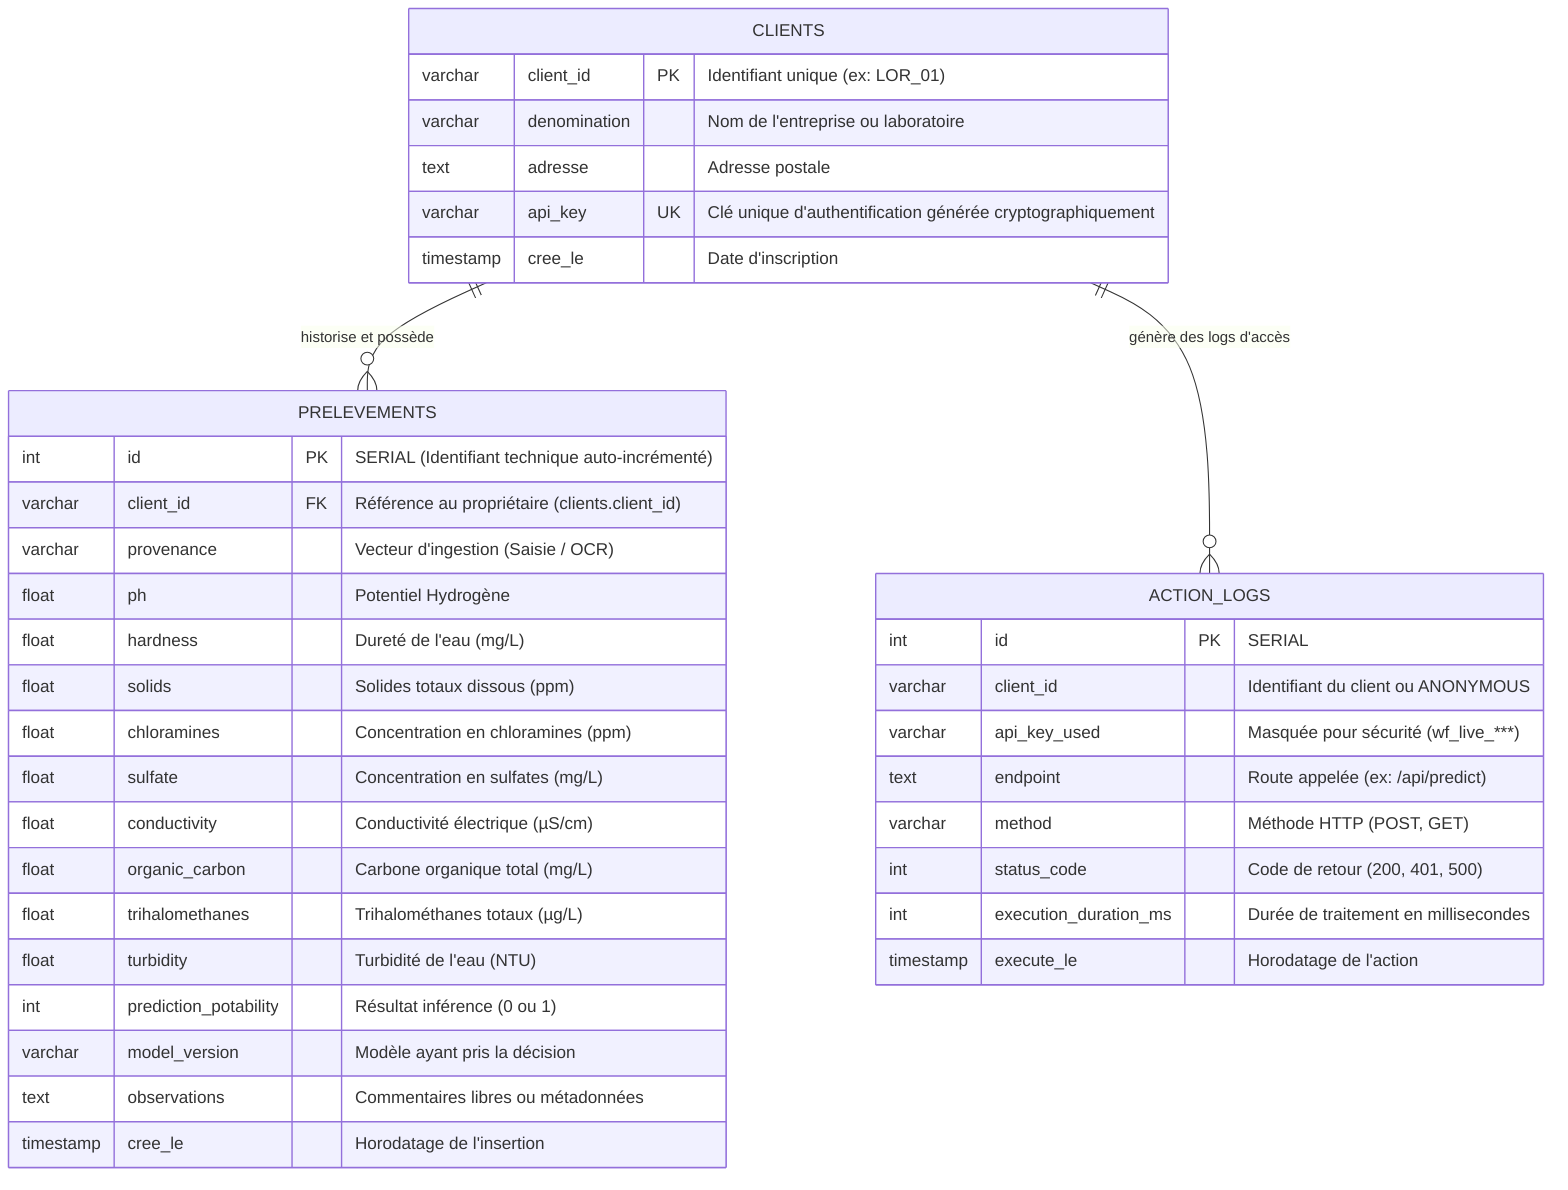
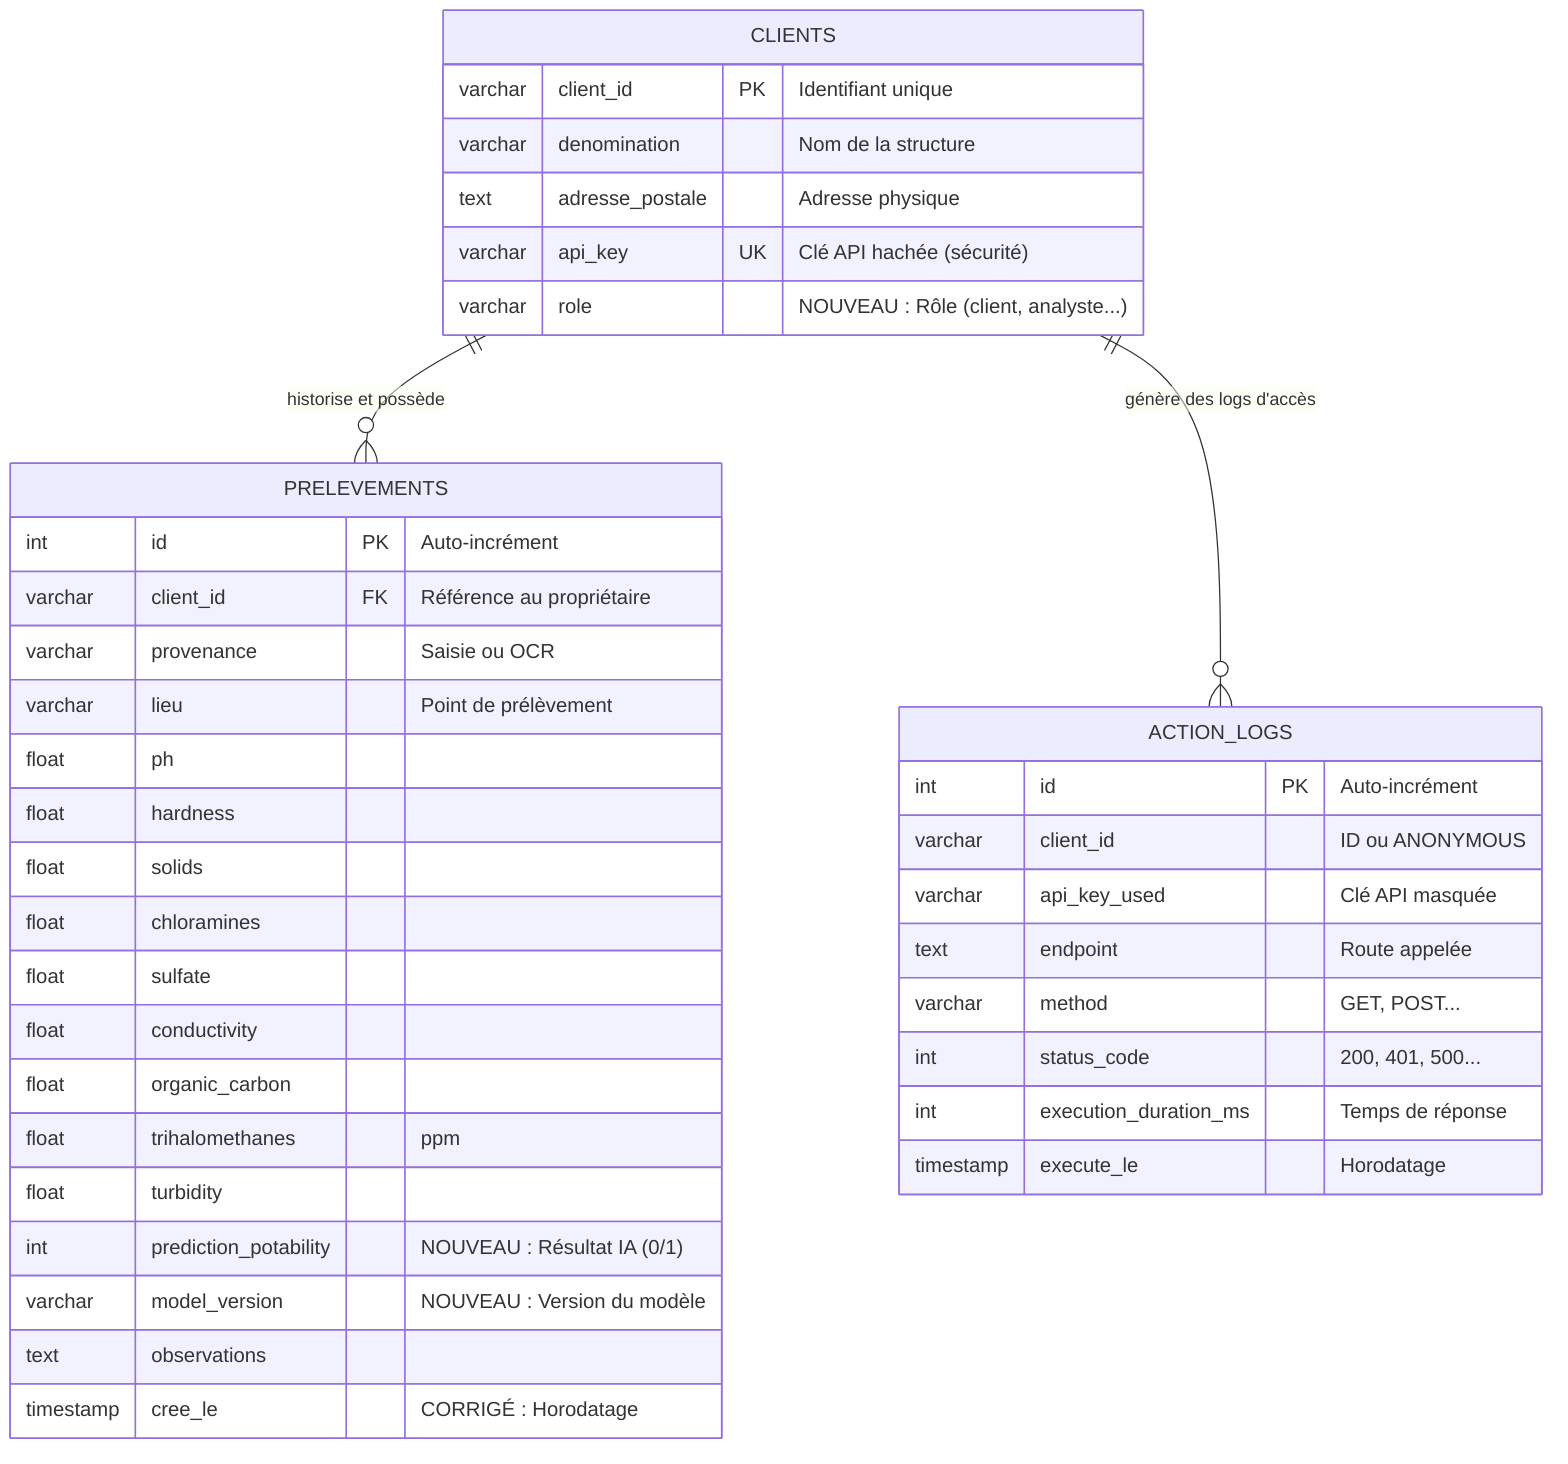
erDiagram
    CLIENTS {
-         varchar client_id PK "Identifiant unique (ex: LOR_01)"
-         varchar denomination "Nom de l'entreprise ou laboratoire"
-         text adresse "Adresse postale"
-         varchar api_key UK "Clé unique d'authentification générée cryptographiquement"
-         timestamp cree_le "Date d'inscription"
+         varchar client_id PK "Identifiant unique"
+         varchar denomination "Nom de la structure"
+         text adresse_postale "Adresse physique"
+         varchar api_key UK "Clé API hachée (sécurité)"
+         varchar role "NOUVEAU : Rôle (client, analyste...)"
    }

    PRELEVEMENTS {
-         int id PK "SERIAL (Identifiant technique auto-incrémenté)"
-         varchar client_id FK "Référence au propriétaire (clients.client_id)"
-         varchar provenance "Vecteur d'ingestion (Saisie / OCR)"
-         float ph "Potentiel Hydrogène"
-         float hardness "Dureté de l'eau (mg/L)"
-         float solids "Solides totaux dissous (ppm)"
-         float chloramines "Concentration en chloramines (ppm)"
-         float sulfate "Concentration en sulfates (mg/L)"
-         float conductivity "Conductivité électrique (µS/cm)"
-         float organic_carbon "Carbone organique total (mg/L)"
-         float trihalomethanes "Trihalométhanes totaux (µg/L)"
-         float turbidity "Turbidité de l'eau (NTU)"
-         int prediction_potability "Résultat inférence (0 ou 1)"
-         varchar model_version "Modèle ayant pris la décision"
-         text observations "Commentaires libres ou métadonnées"
-         timestamp cree_le "Horodatage de l'insertion"
+         int id PK "Auto-incrément"
+         varchar client_id FK "Référence au propriétaire"
+         varchar provenance "Saisie ou OCR"
+         varchar lieu "Point de prélèvement"
+         float ph ""
+         float hardness ""
+         float solids ""
+         float chloramines ""
+         float sulfate ""
+         float conductivity ""
+         float organic_carbon ""
+         float trihalomethanes "ppm"
+         float turbidity ""
+         int prediction_potability "NOUVEAU : Résultat IA (0/1)"
+         varchar model_version "NOUVEAU : Version du modèle"
+         text observations ""
+         timestamp cree_le "CORRIGÉ : Horodatage"
    }

    ACTION_LOGS {
-         int id PK "SERIAL"
-         varchar client_id "Identifiant du client ou ANONYMOUS"
-         varchar api_key_used "Masquée pour sécurité (wf_live_***)"
-         text endpoint "Route appelée (ex: /api/predict)"
-         varchar method "Méthode HTTP (POST, GET)"
-         int status_code "Code de retour (200, 401, 500)"
-         int execution_duration_ms "Durée de traitement en millisecondes"
-         timestamp execute_le "Horodatage de l'action"
+         int id PK "Auto-incrément"
+         varchar client_id "ID ou ANONYMOUS"
+         varchar api_key_used "Clé API masquée"
+         text endpoint "Route appelée"
+         varchar method "GET, POST..."
+         int status_code "200, 401, 500..."
+         int execution_duration_ms "Temps de réponse"
+         timestamp execute_le "Horodatage"
    }

    CLIENTS ||--o{ PRELEVEMENTS : "historise et possède"
    CLIENTS ||--o{ ACTION_LOGS : "génère des logs d'accès"
